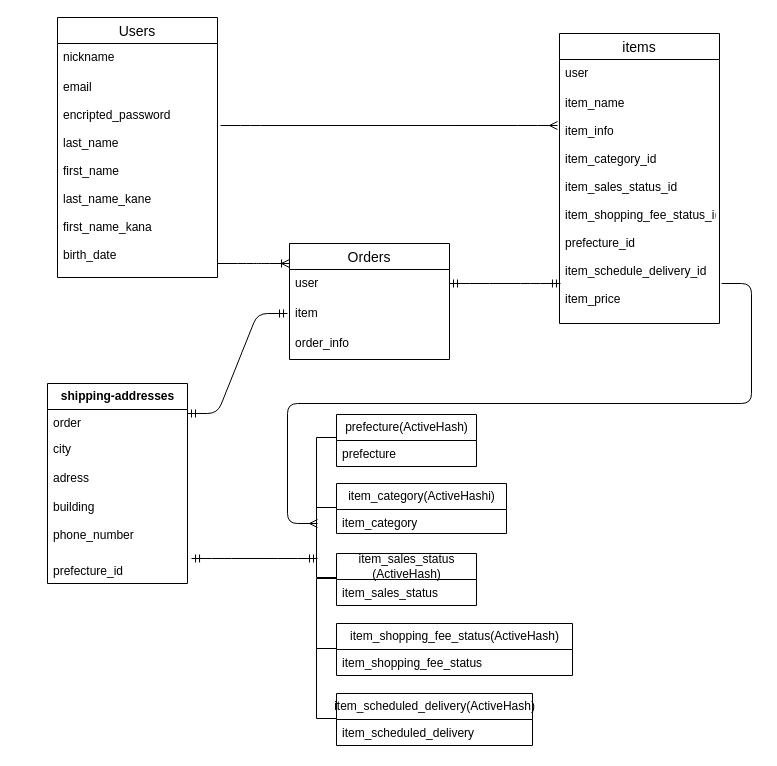
Earlier version of the draw.io diagram ER.dio (mayaya6917/furima-39829). Source tidied: cells renumbered, new cells numbered last; positions are measured from the earlier drawing's top-left corner, leaving out a move shared by most shapes. Both pictures are drawn from the tidied source at 100%, with x=0, y=0 at pixel (17, 17).
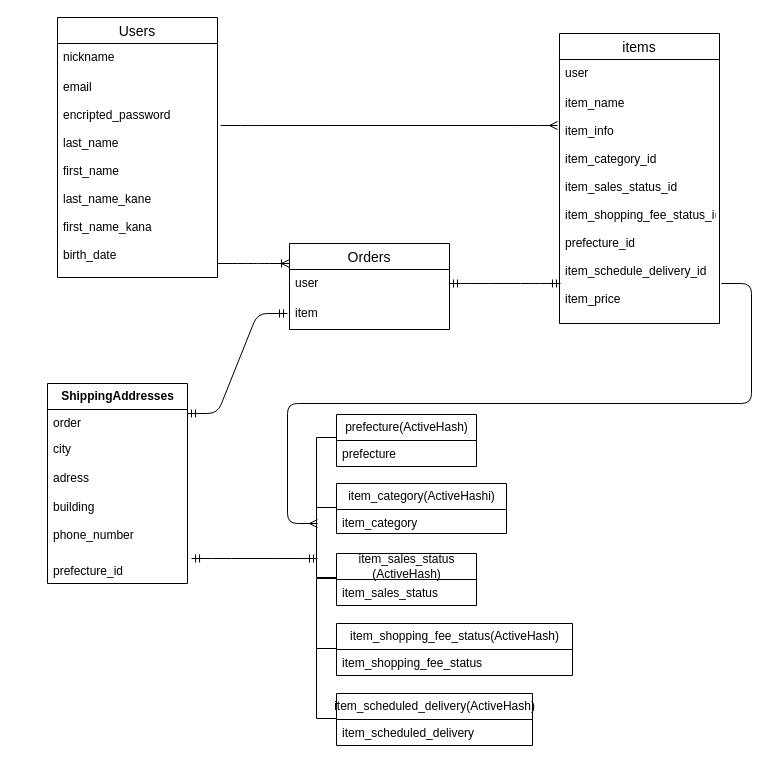
After the change.

Commit message (it also covers changes not shown here):
データベース修正3

What changed in the source:
```diff
@@
-    <mxCell id="5" value="&lt;span style=&quot;font-weight: 700;&quot;&gt;shipping-addresses&lt;/span&gt;" style="swimlane;fontStyle=0;horizontal=1;startSize=26;fillColor=none;html=1;" parent="1" vertex="1">
+    <mxCell id="5" value="&lt;span style=&quot;font-weight: 700;&quot;&gt;ShippingAddresses&lt;/span&gt;" style="swimlane;fontStyle=0;horizontal=1;startSize=26;fillColor=none;html=1;" parent="1" vertex="1">
       <mxGeometry x="30" y="366" width="140" height="200" as="geometry" />
     </mxCell>
@@
     <mxCell id="30" value="Orders" style="swimlane;fontStyle=0;horizontal=1;startSize=26;align=center;fontSize=14;" parent="1" vertex="1">
-      <mxGeometry x="272" y="226" width="160" height="116" as="geometry" />
+      <mxGeometry x="272" y="226" width="160" height="86" as="geometry" />
     </mxCell>
@@
-    <mxCell id="33" value="order_info" style="text;strokeColor=none;fillColor=none;spacingLeft=4;spacingRight=4;overflow=hidden;fontSize=12;" parent="30" vertex="1">
-      <mxGeometry y="86" width="160" height="30" as="geometry" />
-    </mxCell>
```
